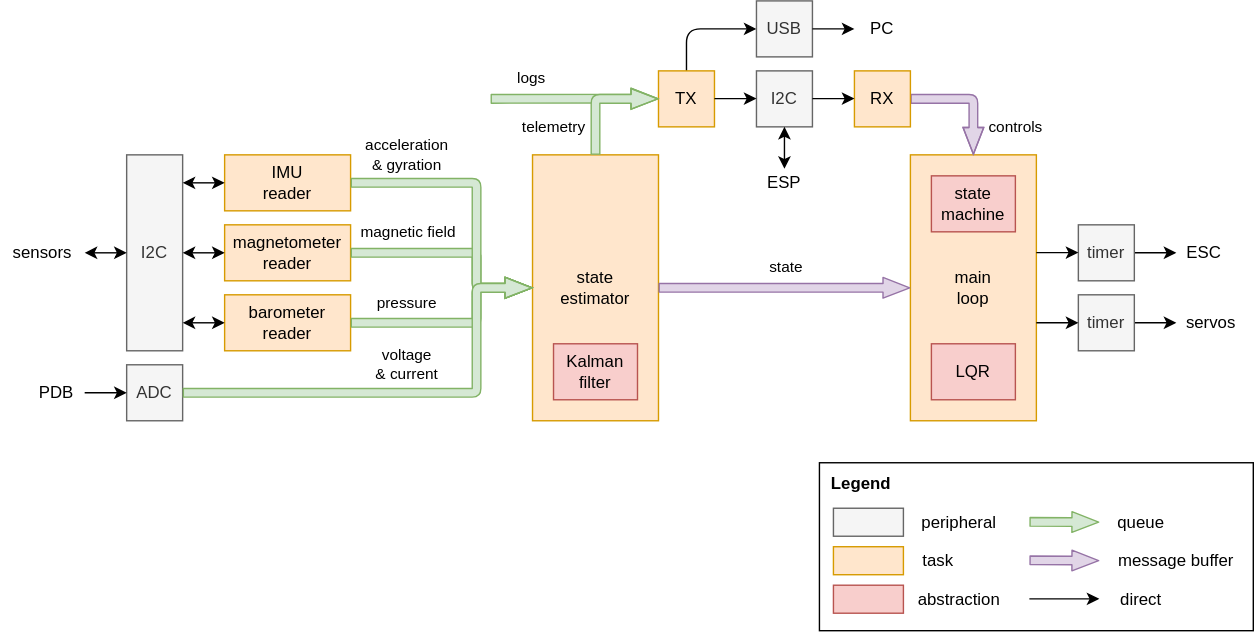
Eryk-Mozdzen/uav-tvc-goose keeps this draw.io diagram as docs/program_architecture.drawio.svg. Above is the earlier version. Source tidied: cells renumbered, new cells last; positions are measured from the earlier drawing's top-left corner, leaving out a move shared by most shapes.
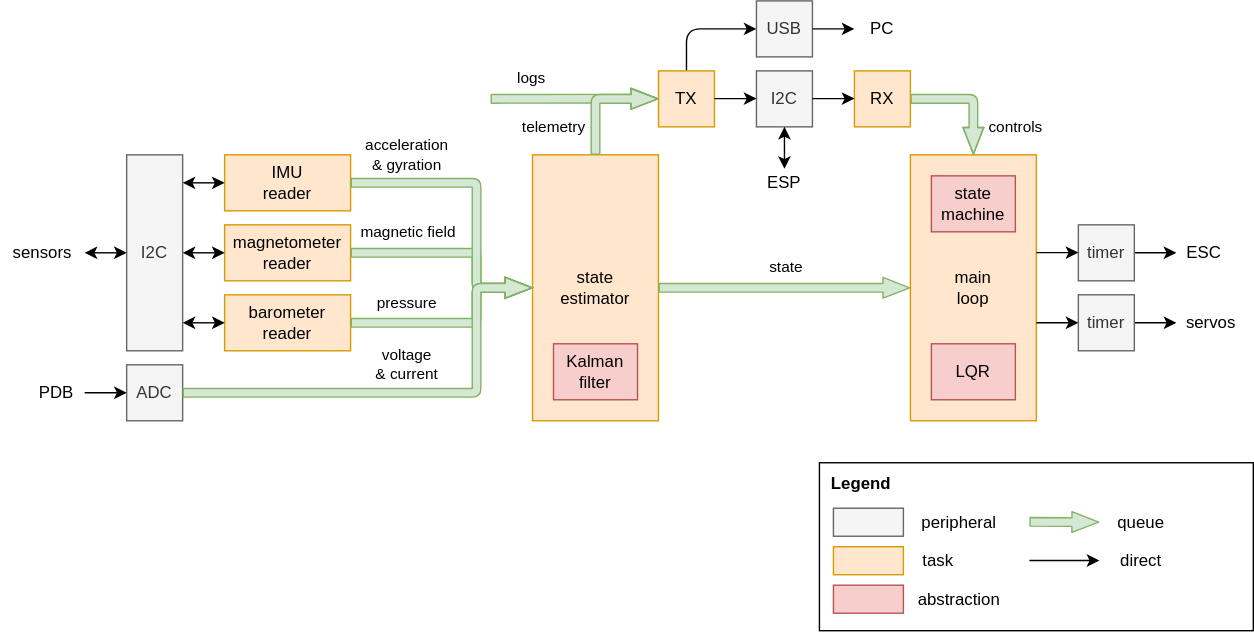
After the change.

Change to the diagram source:
```diff
@@ -165,7 +165,7 @@
         <mxPoint x="-30" y="-20" as="offset" />
       </mxGeometry>
     </mxCell>
-    <mxCell id="42" style="shape=flexArrow;endArrow=classic;html=1;width=6.153846153846153;endSize=6.026923076923077;endWidth=7.633136094674557;fillColor=#e1d5e7;strokeColor=#9673a6;entryX=0;entryY=0.5;entryDx=0;entryDy=0;exitX=1;exitY=0.5;exitDx=0;exitDy=0;" parent="1" edge="1" source="2" target="29">
+    <mxCell id="42" style="shape=flexArrow;endArrow=classic;html=1;width=6.153846153846153;endSize=6.026923076923077;endWidth=7.633136094674557;fillColor=#d5e8d4;strokeColor=#82b366;entryX=0;entryY=0.5;entryDx=0;entryDy=0;exitX=1;exitY=0.5;exitDx=0;exitDy=0;" parent="1" edge="1" source="2" target="29">
       <mxGeometry relative="1" as="geometry" />
     </mxCell>
     <mxCell id="43" value="state" style="edgeLabel;html=1;align=center;verticalAlign=middle;" parent="42" vertex="1">
@@ -173,7 +173,7 @@
         <mxPoint x="-9" y="-13" as="offset" />
       </mxGeometry>
     </mxCell>
-    <mxCell id="44" style="shape=flexArrow;endArrow=classic;html=1;width=6.153846153846153;endSize=6.026923076923077;endWidth=7.633136094674557;fillColor=#e1d5e7;strokeColor=#9673a6;entryX=0.5;entryY=0;entryDx=0;entryDy=0;exitX=1;exitY=0.5;exitDx=0;exitDy=0;" parent="1" edge="1" source="64" target="29">
+    <mxCell id="44" style="shape=flexArrow;endArrow=classic;html=1;width=6.153846153846153;endSize=6.026923076923077;endWidth=7.633136094674557;fillColor=#d5e8d4;strokeColor=#82b366;entryX=0.5;entryY=0;entryDx=0;entryDy=0;exitX=1;exitY=0.5;exitDx=0;exitDy=0;" parent="1" edge="1" source="64" target="29">
       <mxGeometry relative="1" as="geometry">
         <Array as="points">
           <mxPoint x="695" y="70" />
@@ -223,12 +223,12 @@
     </mxCell>
     <mxCell id="57" style="endArrow=classic;html=1;fontColor=#FFFFFF;exitX=1;exitY=0.5;exitDx=0;exitDy=0;" parent="1" edge="1">
       <mxGeometry relative="1" as="geometry">
-        <mxPoint x="735" y="427.3" as="sourcePoint" />
-        <mxPoint x="785" y="427.3" as="targetPoint" />
+        <mxPoint x="735" y="399.9" as="sourcePoint" />
+        <mxPoint x="785" y="399.9" as="targetPoint" />
       </mxGeometry>
     </mxCell>
     <mxCell id="58" value="direct" style="text;html=1;strokeColor=none;fillColor=none;align=center;verticalAlign=middle;whiteSpace=wrap;rounded=0;" parent="1" vertex="1">
-      <mxGeometry x="795" y="420" width="40" height="15" as="geometry" />
+      <mxGeometry x="795" y="392.5" width="40" height="15" as="geometry" />
     </mxCell>
     <mxCell id="59" style="shape=flexArrow;endArrow=classic;html=1;width=6.153846153846153;endSize=6.026923076923077;endWidth=7.633136094674557;fillColor=#d5e8d4;strokeColor=#82b366;" parent="1" edge="1">
       <mxGeometry relative="1" as="geometry">
@@ -273,14 +273,5 @@
         <mxPoint x="610" y="69.8" as="targetPoint" />
       </mxGeometry>
     </mxCell>
-    <mxCell id="67" style="shape=flexArrow;endArrow=classic;html=1;width=6.153846153846153;endSize=6.026923076923077;endWidth=7.633136094674557;fillColor=#e1d5e7;strokeColor=#9673a6;" parent="1" edge="1">
-      <mxGeometry relative="1" as="geometry">
-        <mxPoint x="735" y="399.7" as="sourcePoint" />
-        <mxPoint x="785" y="400" as="targetPoint" />
-      </mxGeometry>
-    </mxCell>
-    <mxCell id="68" value="message buffer" style="text;html=1;strokeColor=none;fillColor=none;align=center;verticalAlign=middle;whiteSpace=wrap;rounded=0;" parent="1" vertex="1">
-      <mxGeometry x="795" y="392.5" width="90" height="15" as="geometry" />
-    </mxCell>
   </root>
 </mxGraphModel>
```
